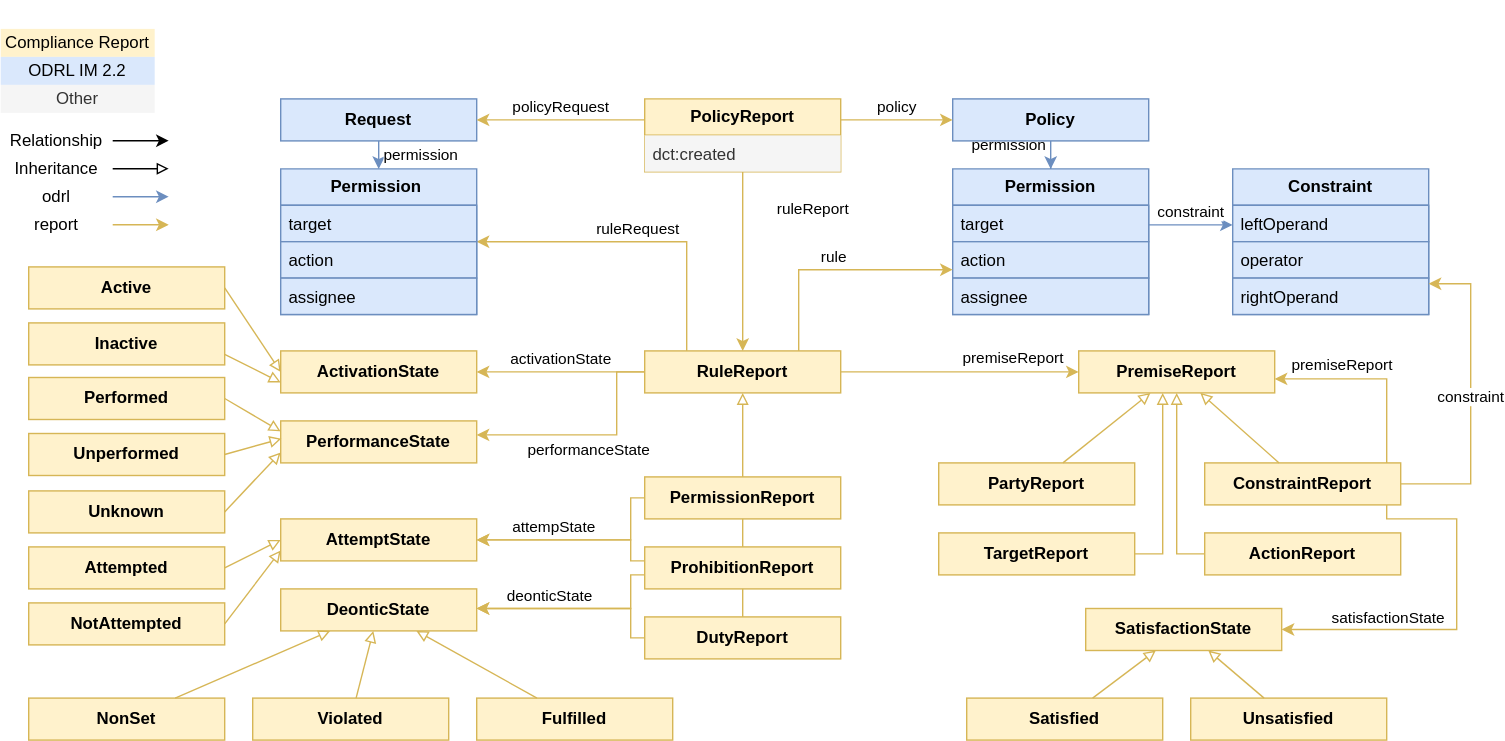
The draw.io diagram img/Compliance Report Model.svg in SolidLabResearch/ODRL-Compliance-Report-Model, before a commit. Source tidied: cells renumbered, new cells last; positions are measured from the earlier drawing's top-left corner, leaving out a move shared by most shapes.
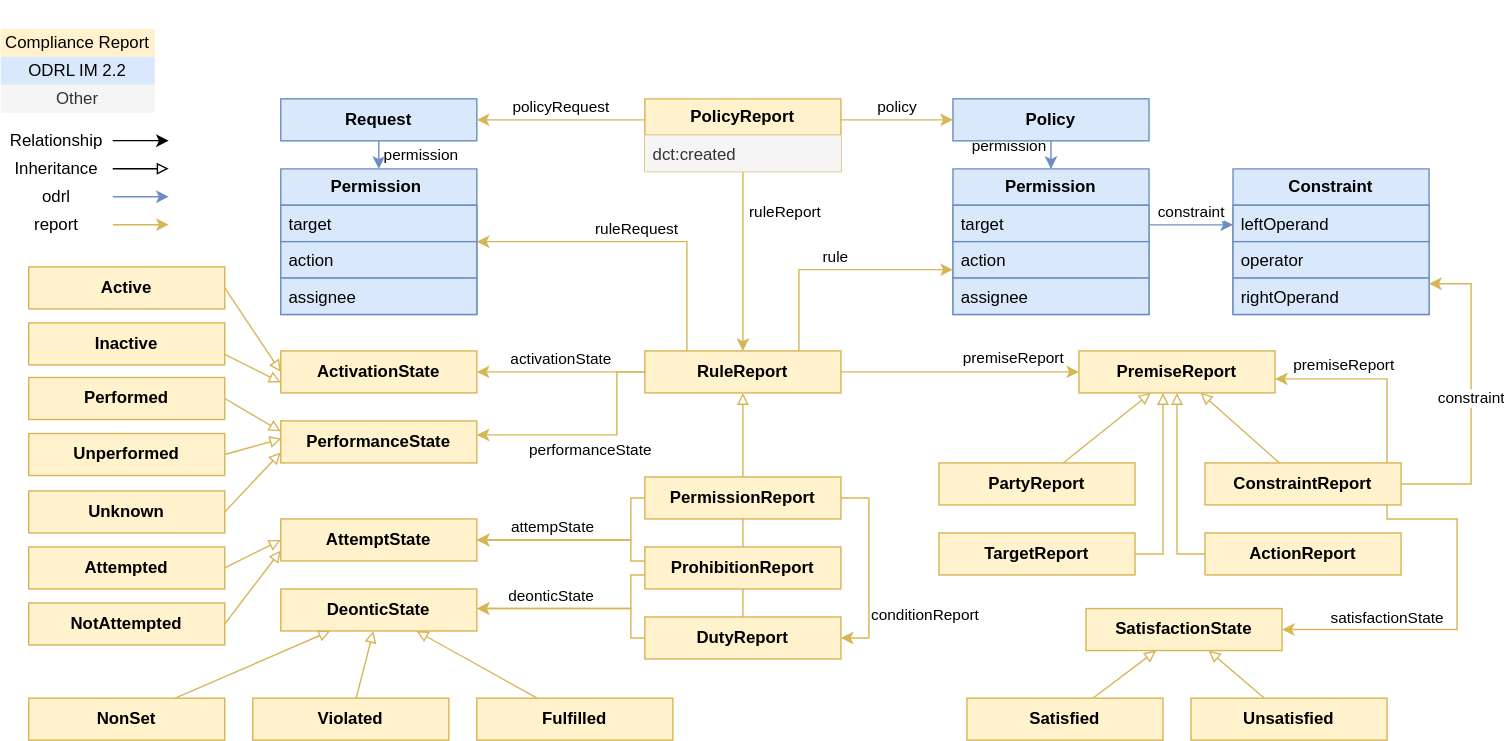
After the change.

Commit message:
feat: add conditionReport to the model

What changed in the source:
```diff
@@ -6,7 +6,7 @@
       <mxGeometry relative="1" as="geometry" />
     </mxCell>
     <mxCell id="3" value="ruleReport" style="edgeStyle=orthogonalEdgeStyle;rounded=0;jettySize=auto;html=1;strokeColor=#D6B656;" parent="1" edge="1" source="4" target="28">
-      <mxGeometry x="-0.58" y="50" relative="1" as="geometry" />
+      <mxGeometry x="-0.56" y="30" relative="1" as="geometry" />
     </mxCell>
     <mxCell id="4" value="&lt;b&gt;PolicyReport&lt;/b&gt;" style="swimlane;fontStyle=0;horizontal=1;startSize=26;fillColor=#fff2cc;whiteSpace=wrap;html=1;strokeColor=#d6b656;" parent="1" vertex="1">
       <mxGeometry x="460" y="70" width="140" height="52" as="geometry" />
@@ -356,5 +356,13 @@
     <mxCell id="90" style="rounded=0;jettySize=auto;html=1;endArrow=none;endFill=0;startArrow=block;startFill=0;strokeColor=#D6B656;" parent="1" edge="1" source="51" target="88">
       <mxGeometry relative="1" as="geometry" />
     </mxCell>
+    <mxCell id="91" value="conditionReport" style="edgeStyle=orthogonalEdgeStyle;rounded=0;jettySize=auto;html=1;strokeColor=#D6B656;" parent="1" edge="1" source="41" target="44">
+      <mxGeometry x="0.5" y="40" relative="1" as="geometry">
+        <Array as="points">
+          <mxPoint x="620" y="355" />
+          <mxPoint x="620" y="455" />
+        </Array>
+      </mxGeometry>
+    </mxCell>
   </root>
 </mxGraphModel>
```
